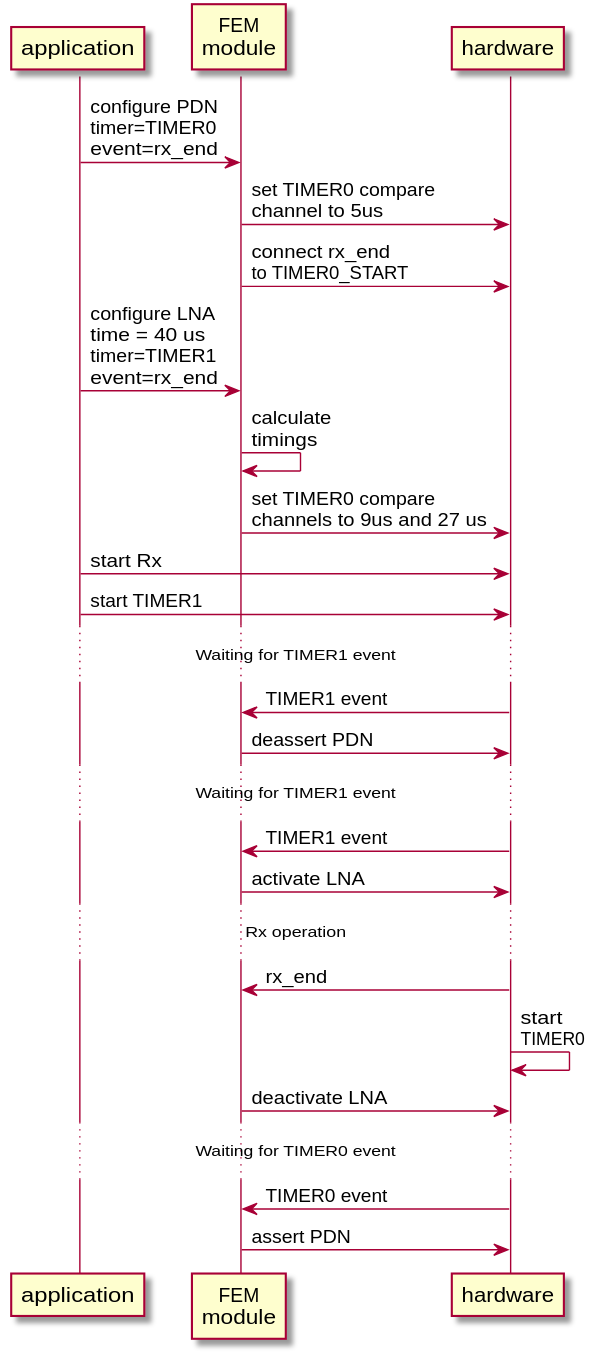
This is mpsl/doc/pic/FEM_sequence_nRF21540.svg from nrfconnect/sdk-nrfxlib, a PlantUML export, as it was before one commit. Source of this version:
```plantuml
@startuml
participant application as app
participant "FEM\nmodule" as fem
participant hardware as hw

app->fem: configure PDN\ntimer=TIMER0\nevent=rx_end
fem->hw: set TIMER0 compare\nchannel to 5us
fem->hw: connect rx_end\nto TIMER0_START

app->fem: configure LNA\ntime = 40 us\ntimer=TIMER1\nevent=rx_end
fem->fem: calculate\ntimings
fem->hw: set TIMER0 compare\nchannels to 9us and 27 us

app->hw: start Rx
app->hw: start TIMER1
... Waiting for TIMER1 event ...

hw->fem: TIMER1 event
fem->hw: deassert PDN

... Waiting for TIMER1 event ...

hw->fem: TIMER1 event
fem->hw: activate LNA

... Rx operation ...

hw->fem: rx_end
hw<-hw: start\nTIMER0
fem->hw: deactivate LNA

... Waiting for TIMER0 event ...

hw->fem: TIMER0 event
fem->hw: assert PDN
@enduml
```
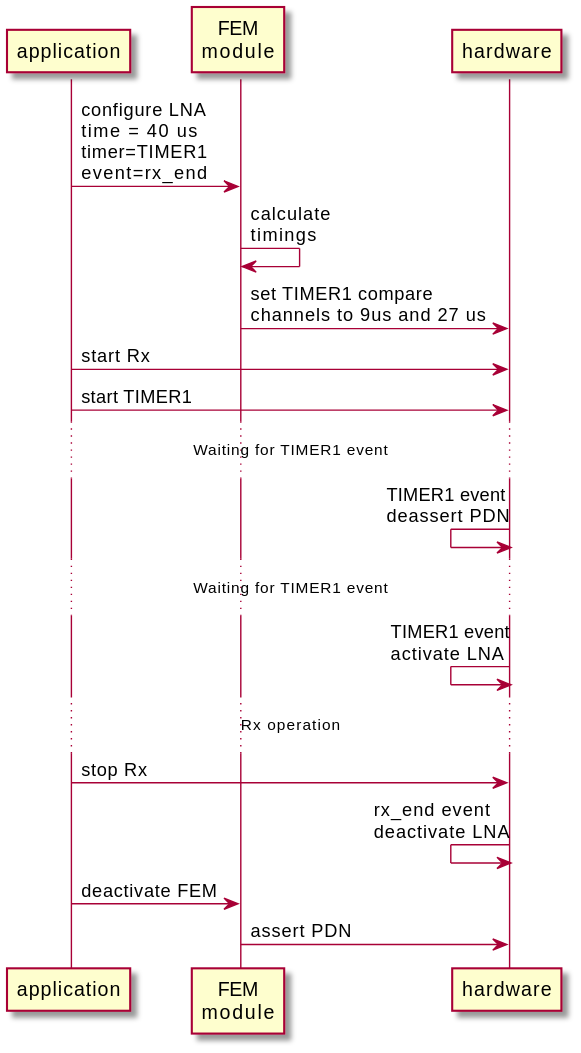
Later version of the same file.

Change to the diagram source:
```diff
@@ -3,34 +3,25 @@
 participant "FEM\nmodule" as fem
 participant hardware as hw
 
-app->fem: configure PDN\ntimer=TIMER0\nevent=rx_end
-fem->hw: set TIMER0 compare\nchannel to 5us
-fem->hw: connect rx_end\nto TIMER0_START
-
 app->fem: configure LNA\ntime = 40 us\ntimer=TIMER1\nevent=rx_end
 fem->fem: calculate\ntimings
-fem->hw: set TIMER0 compare\nchannels to 9us and 27 us
+fem->hw: set TIMER1 compare\nchannels to 9us and 27 us
 
 app->hw: start Rx
 app->hw: start TIMER1
 ... Waiting for TIMER1 event ...
 
-hw->fem: TIMER1 event
-fem->hw: deassert PDN
+hw<-hw: TIMER1 event\ndeassert PDN
 
 ... Waiting for TIMER1 event ...
 
-hw->fem: TIMER1 event
-fem->hw: activate LNA
+hw<-hw: TIMER1 event\nactivate LNA
 
 ... Rx operation ...
 
-hw->fem: rx_end
-hw<-hw: start\nTIMER0
-fem->hw: deactivate LNA
+app->hw: stop Rx
+hw<-hw: rx_end event\ndeactivate LNA
+app->fem: deactivate FEM
+fem->hw: assert PDN
 
-... Waiting for TIMER0 event ...
-
-hw->fem: TIMER0 event
-fem->hw: assert PDN
 @enduml
```
